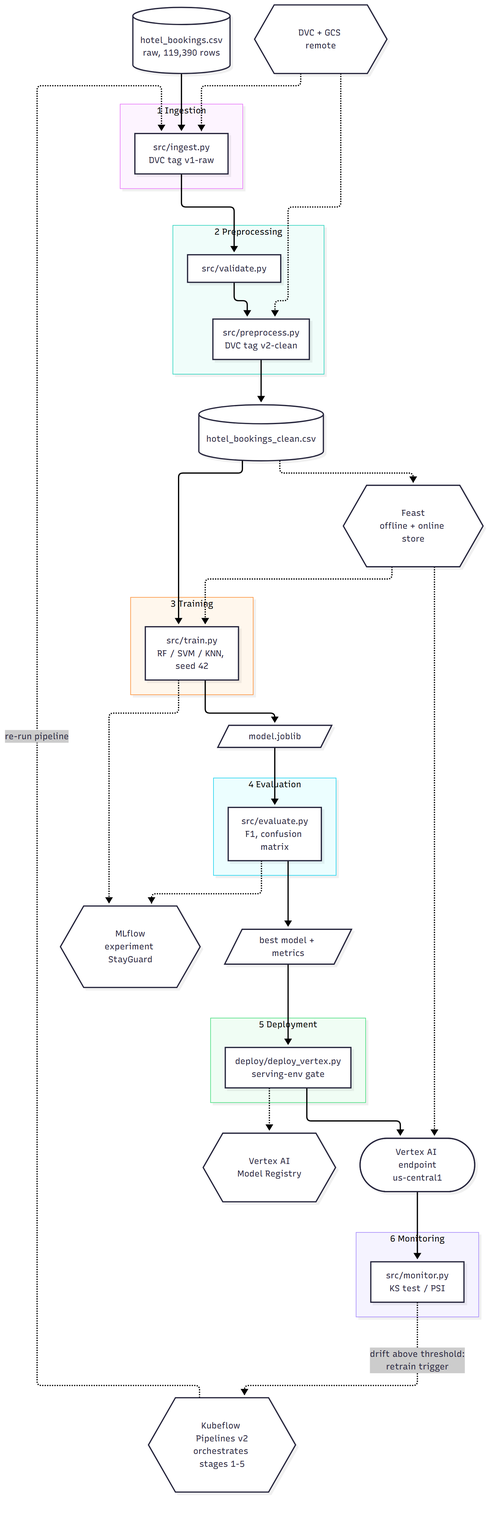
Earlier version of the Mermaid export report/lifecycle.png (rakshitha-manoj/StayGuard). Its source is kept beside it as report/lifecycle.mmd. Its diagram source:
```mermaid
flowchart TB
    RAW[("hotel_bookings.csv<br/>raw, 119,390 rows")]

    subgraph S1["1 Ingestion"]
        ING["src/ingest.py<br/>DVC tag v1-raw"]
    end
    subgraph S2["2 Preprocessing"]
        VAL["src/validate.py"]
        PRE["src/preprocess.py<br/>DVC tag v2-clean"]
    end
    subgraph S3["3 Training"]
        TRN["src/train.py<br/>RF / SVM / KNN, seed 42"]
    end
    subgraph S4["4 Evaluation"]
        EVA["src/evaluate.py<br/>F1, confusion matrix"]
    end
    subgraph S5["5 Deployment"]
        DEP["deploy/deploy_vertex.py<br/>serving-env gate"]
    end
    subgraph S6["6 Monitoring"]
        MON["src/monitor.py<br/>KS test / PSI"]
    end

    CLEAN[("hotel_bookings_clean.csv")]
    MODEL[/"model.joblib"/]
    BEST[/"best model + metrics"/]
    EP(["Vertex AI endpoint<br/>us-central1"])

    DVC{{"DVC + GCS remote"}}
    FEAST{{"Feast<br/>offline + online store"}}
    MLF{{"MLflow<br/>experiment StayGuard"}}
    KFP{{"Kubeflow Pipelines v2<br/>orchestrates stages 1-5"}}
    VTX{{"Vertex AI<br/>Model Registry"}}

    RAW --> ING --> VAL --> PRE --> CLEAN --> TRN --> MODEL --> EVA --> BEST --> DEP --> EP
    EP --> MON
    MON -. "drift above threshold:<br/>retrain trigger" .-> KFP
    KFP -. "re-run pipeline" .-> ING

    DVC -.-> ING
    DVC -.-> PRE
    CLEAN -.-> FEAST
    FEAST -.-> TRN
    FEAST -.-> EP
    TRN -.-> MLF
    EVA -.-> MLF
    DEP -.-> VTX
```
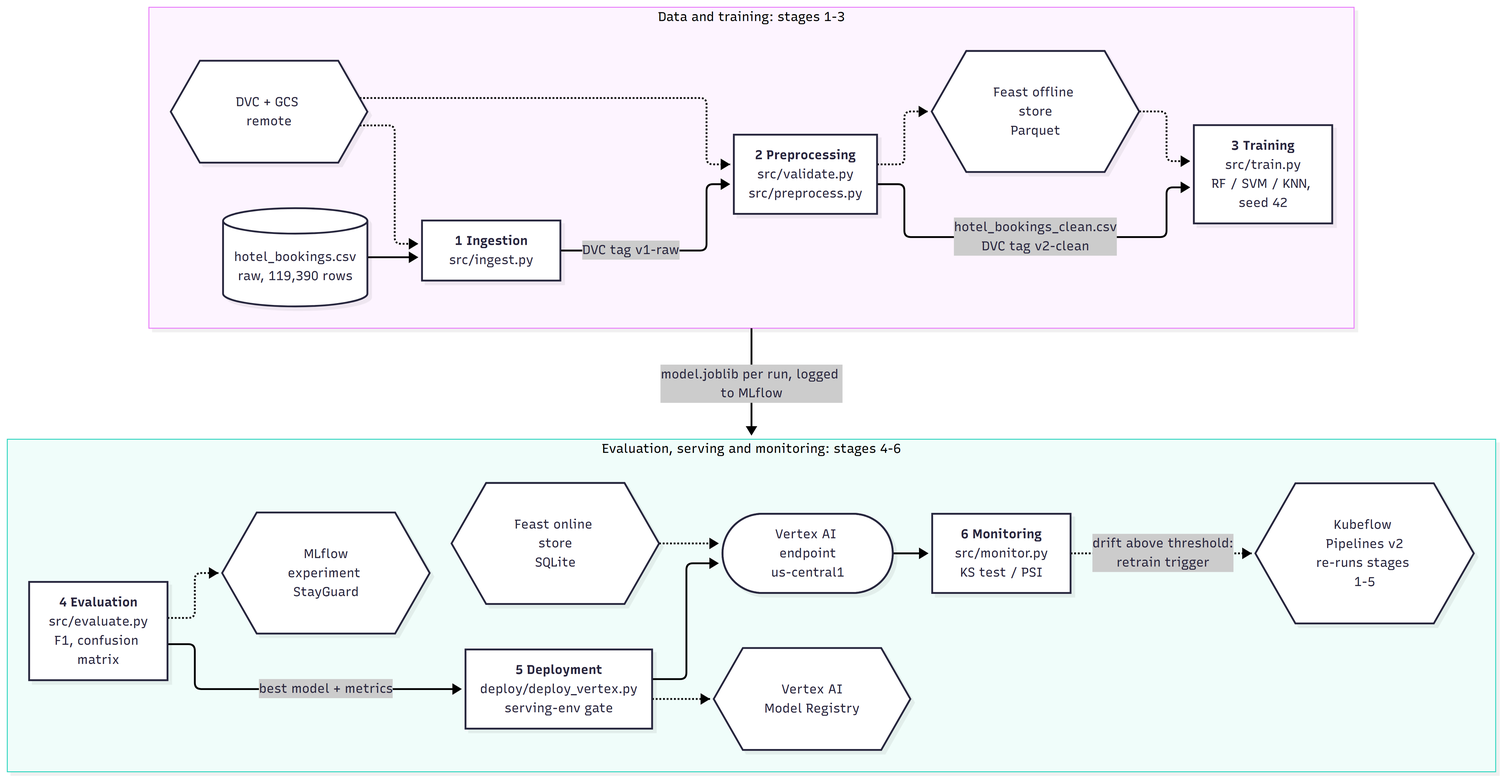
The same file after the commit.

Commit message:
Rebalance lifecycle diagram into two rows for slides

Change to the diagram source:
```diff
@@ -1,47 +1,35 @@
 flowchart TB
-    RAW[("hotel_bookings.csv<br/>raw, 119,390 rows")]
-
-    subgraph S1["1 Ingestion"]
-        ING["src/ingest.py<br/>DVC tag v1-raw"]
+    subgraph R1["Data and training: stages 1-3"]
+        direction LR
+        RAW[("hotel_bookings.csv<br/>raw, 119,390 rows")]
+        ING["<b>1 Ingestion</b><br/>src/ingest.py"]
+        PRE["<b>2 Preprocessing</b><br/>src/validate.py<br/>src/preprocess.py"]
+        TRN["<b>3 Training</b><br/>src/train.py<br/>RF / SVM / KNN, seed 42"]
+        DVC{{"DVC + GCS remote"}}
+        FEAST{{"Feast offline store<br/>Parquet"}}
+        RAW --> ING
+        ING -- "DVC tag v1-raw" --> PRE
+        PRE -- "hotel_bookings_clean.csv<br/>DVC tag v2-clean" --> TRN
+        DVC -.-> ING
+        DVC -.-> PRE
+        PRE -.-> FEAST
+        FEAST -.-> TRN
     end
-    subgraph S2["2 Preprocessing"]
-        VAL["src/validate.py"]
-        PRE["src/preprocess.py<br/>DVC tag v2-clean"]
+    subgraph R2["Evaluation, serving and monitoring: stages 4-6"]
+        direction LR
+        EVA["<b>4 Evaluation</b><br/>src/evaluate.py<br/>F1, confusion matrix"]
+        DEP["<b>5 Deployment</b><br/>deploy/deploy_vertex.py<br/>serving-env gate"]
+        EP(["Vertex AI endpoint<br/>us-central1"])
+        MON["<b>6 Monitoring</b><br/>src/monitor.py<br/>KS test / PSI"]
+        FON{{"Feast online store<br/>SQLite"}}
+        KFP{{"Kubeflow Pipelines v2<br/>re-runs stages 1-5"}}
+        MLF{{"MLflow<br/>experiment StayGuard"}}
+        VTX{{"Vertex AI<br/>Model Registry"}}
+        EVA -- "best model + metrics" --> DEP
+        DEP --> EP --> MON
+        FON -.-> EP
+        MON -. "drift above threshold:<br/>retrain trigger" .-> KFP
+        EVA -.-> MLF
+        DEP -.-> VTX
     end
-    subgraph S3["3 Training"]
-        TRN["src/train.py<br/>RF / SVM / KNN, seed 42"]
-    end
-    subgraph S4["4 Evaluation"]
-        EVA["src/evaluate.py<br/>F1, confusion matrix"]
-    end
-    subgraph S5["5 Deployment"]
-        DEP["deploy/deploy_vertex.py<br/>serving-env gate"]
-    end
-    subgraph S6["6 Monitoring"]
-        MON["src/monitor.py<br/>KS test / PSI"]
-    end
-
-    CLEAN[("hotel_bookings_clean.csv")]
-    MODEL[/"model.joblib"/]
-    BEST[/"best model + metrics"/]
-    EP(["Vertex AI endpoint<br/>us-central1"])
-
-    DVC{{"DVC + GCS remote"}}
-    FEAST{{"Feast<br/>offline + online store"}}
-    MLF{{"MLflow<br/>experiment StayGuard"}}
-    KFP{{"Kubeflow Pipelines v2<br/>orchestrates stages 1-5"}}
-    VTX{{"Vertex AI<br/>Model Registry"}}
-
-    RAW --> ING --> VAL --> PRE --> CLEAN --> TRN --> MODEL --> EVA --> BEST --> DEP --> EP
-    EP --> MON
-    MON -. "drift above threshold:<br/>retrain trigger" .-> KFP
-    KFP -. "re-run pipeline" .-> ING
-
-    DVC -.-> ING
-    DVC -.-> PRE
-    CLEAN -.-> FEAST
-    FEAST -.-> TRN
-    FEAST -.-> EP
-    TRN -.-> MLF
-    EVA -.-> MLF
-    DEP -.-> VTX
+    R1 -- "model.joblib per run, logged to MLflow" --> R2
```
